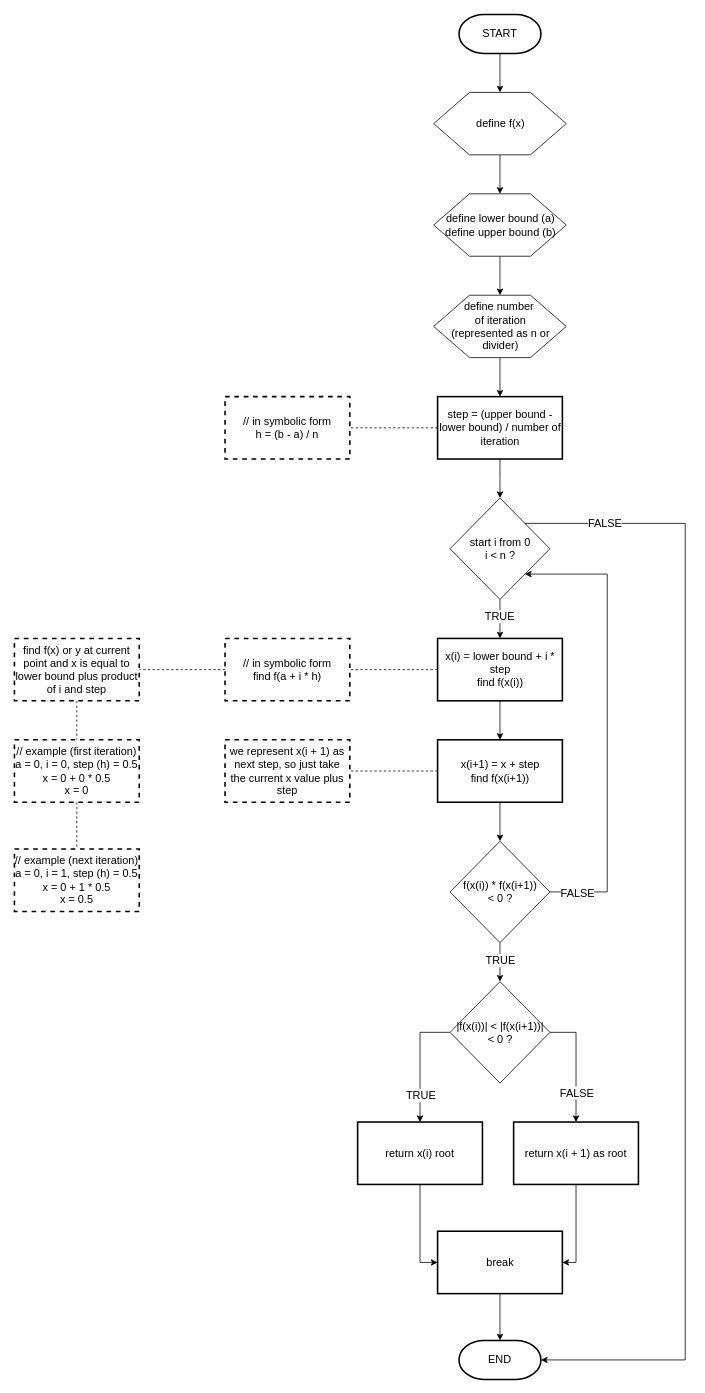
This is tabulation/tabulation.drawio from HarisHerdiansyah/computational-math, a draw.io file, before an edit. Source tidied: cells renumbered, new cells numbered last; positions are measured from the earlier drawing's top-left corner, leaving out a move shared by most shapes. Both pictures are drawn from the tidied source at 78%, with x=0, y=0 at pixel (14, 14).
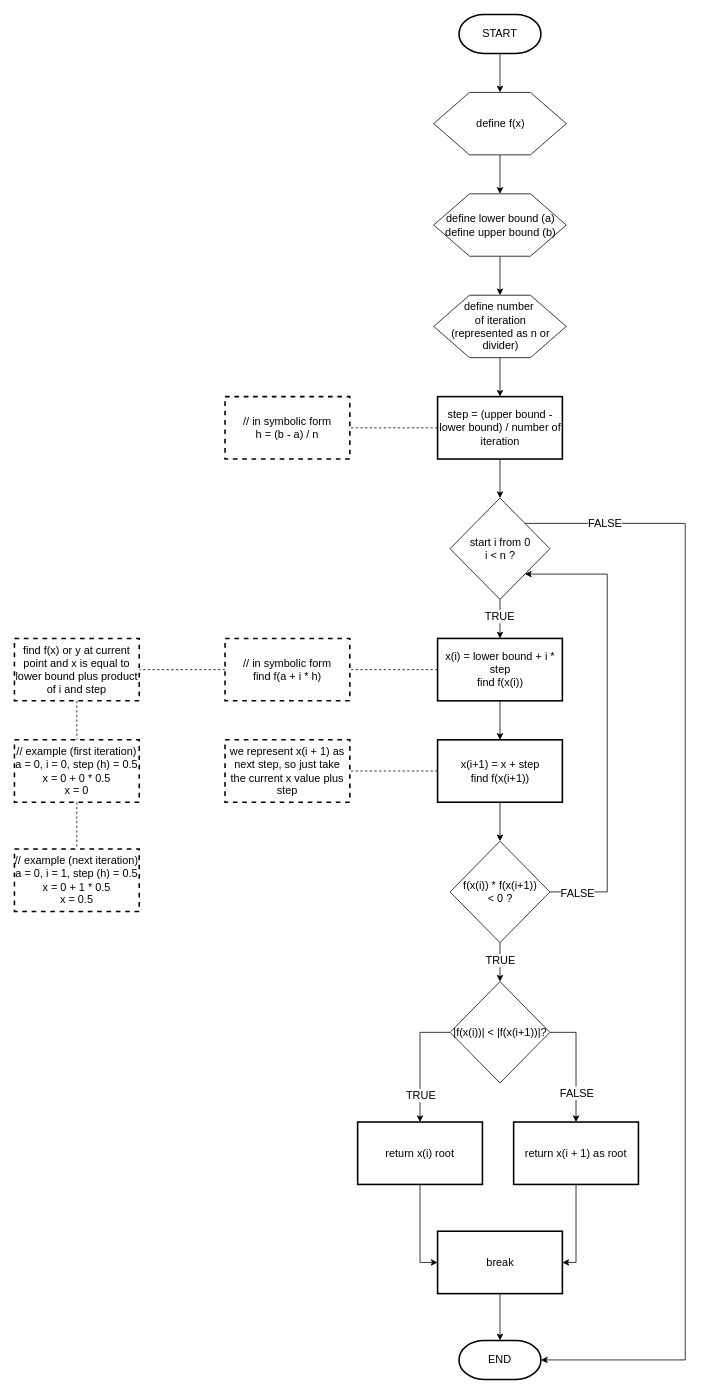
After the change.

Change to the diagram source:
```diff
@@
-    <mxCell id="40" value="|f(x(i))| &amp;lt; |f(x(i+1))|&lt;div&gt;&amp;lt; 0 ?&lt;/div&gt;" style="rhombus;whiteSpace=wrap;html=1;fontSize=14;" parent="1" vertex="1">
+    <mxCell id="40" value="|f(x(i))| &amp;lt; |f(x(i+1))|&lt;span style=&quot;background-color: transparent; color: light-dark(rgb(0, 0, 0), rgb(255, 255, 255));&quot;&gt;?&lt;/span&gt;" style="rhombus;whiteSpace=wrap;html=1;fontSize=14;" parent="1" vertex="1">
       <mxGeometry x="558.5" y="1240" width="128" height="130" as="geometry" />
     </mxCell>
```
